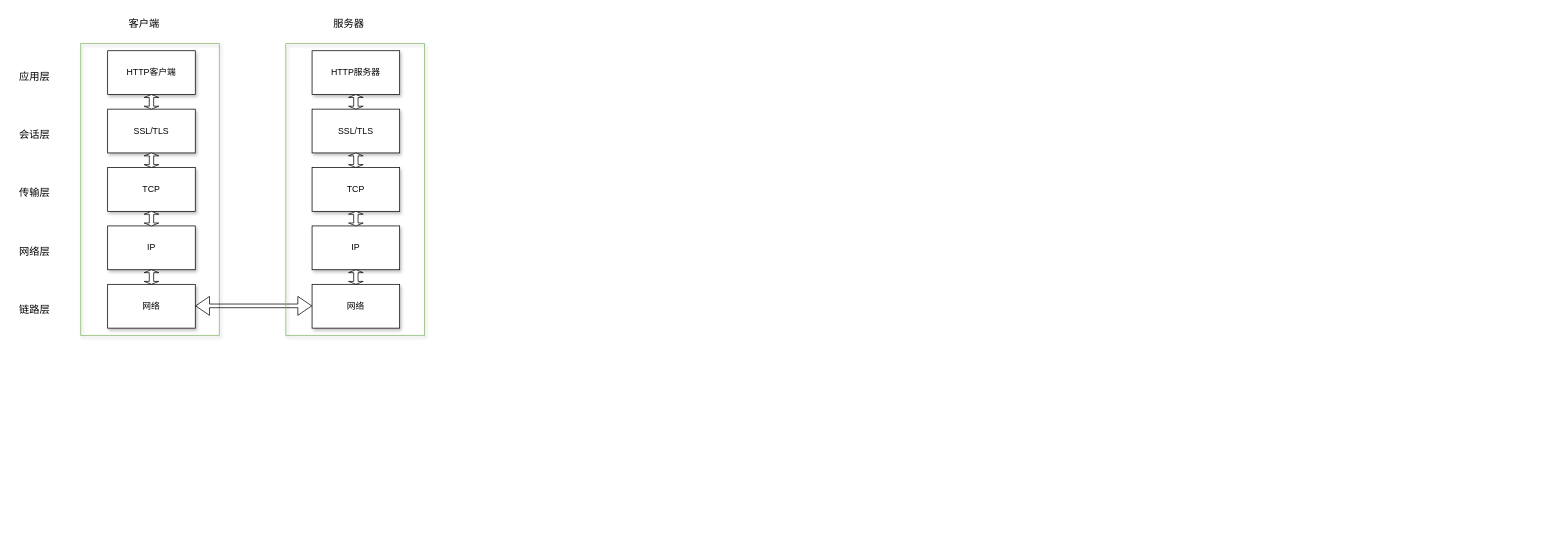
github-linux/iodraw keeps this draw.io diagram as page "https" (2 of 2) of http协议.drawio. Above is the earlier version. Source tidied: cells renumbered, new cells numbered last; positions are measured from the earlier drawing's top-left corner, leaving out a move shared by most shapes. Both pictures are drawn from the tidied source at 73%, with x=0, y=0 at pixel (12, 12).
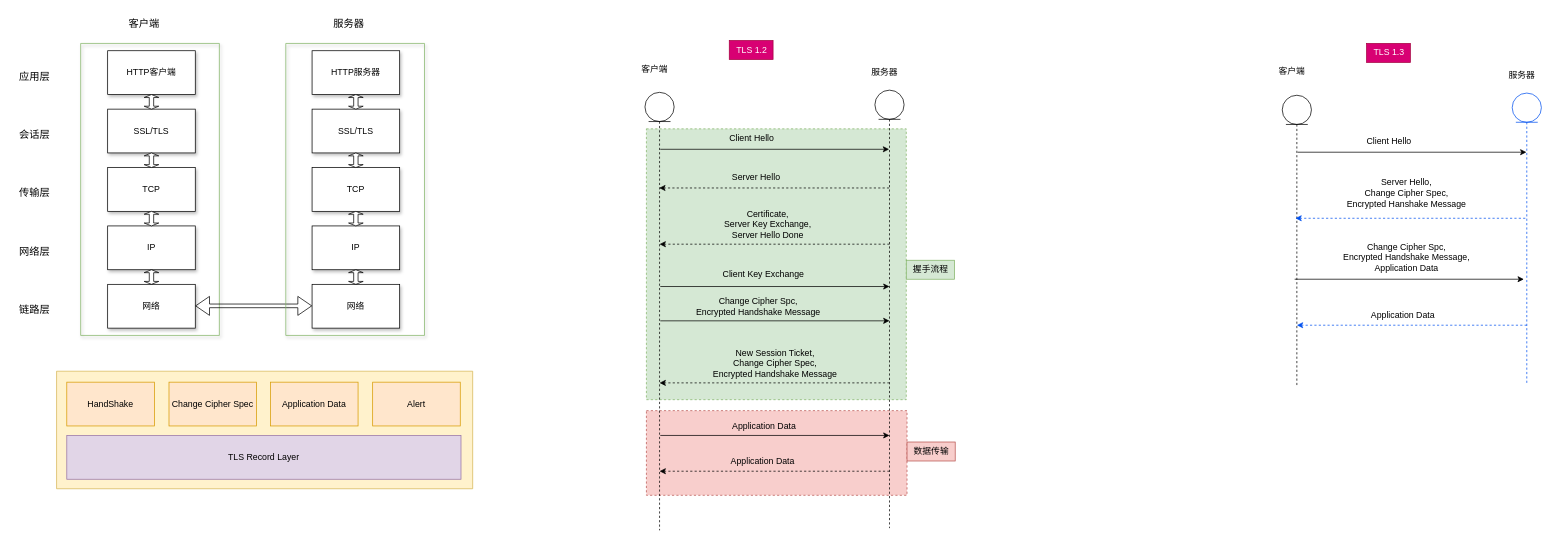
The same page after the edit.

Commit message:
增加tls1.2和tls1.3握手流程

Diff of the diagram source:
```diff
@@
+    <mxCell id="30" style="verticalLabelPosition=bottom;verticalAlign=top;html=1;shape=mxgraph.basic.rect;fillColor2=none;strokeWidth=1;size=20;indent=5;fillColor=#fff2cc;strokeColor=#d6b656;" parent="1" vertex="1">
+      <mxGeometry x="60" y="491" width="570" height="161" as="geometry" />
+    </mxCell>
+    <mxCell id="31" style="verticalLabelPosition=bottom;verticalAlign=top;html=1;shape=mxgraph.basic.rect;fillColor2=none;strokeWidth=1;size=20;indent=5;dashed=1;fillColor=#d5e8d4;strokeColor=#82b366;shadow=0;gradientColor=none;" parent="1" vertex="1">
+      <mxGeometry x="868" y="159" width="356" height="371" as="geometry" />
+    </mxCell>
+    <mxCell id="32" style="verticalLabelPosition=bottom;verticalAlign=top;html=1;shape=mxgraph.basic.rect;fillColor2=none;strokeWidth=1;size=20;indent=5;dashed=1;fillColor=#f8cecc;strokeColor=#b85450;" parent="1" vertex="1">
+      <mxGeometry x="868" y="545" width="357" height="116" as="geometry" />
+    </mxCell>
@@
+    <mxCell id="33" style="shape=umlLifeline;perimeter=lifelinePerimeter;whiteSpace=wrap;html=1;outlineConnect=0;portConstraint=eastwest;newEdgeStyle={&quot;curved&quot;:0,&quot;rounded&quot;:0};participant=umlEntity;" parent="1" vertex="1">
+      <mxGeometry x="866" y="109" width="40" height="600" as="geometry" />
+    </mxCell>
+    <mxCell id="34" style="shape=umlLifeline;perimeter=lifelinePerimeter;whiteSpace=wrap;html=1;outlineConnect=0;portConstraint=eastwest;newEdgeStyle={&quot;curved&quot;:0,&quot;rounded&quot;:0};participant=umlEntity;" parent="1" vertex="1">
+      <mxGeometry x="1181" y="106" width="40" height="600" as="geometry" />
+    </mxCell>
+    <mxCell id="35" value="客户端" style="text;html=1;align=center;verticalAlign=middle;strokeColor=none;fillColor=none;" parent="1" vertex="1">
+      <mxGeometry x="852" y="64" width="54" height="26" as="geometry" />
+    </mxCell>
+    <mxCell id="36" value="服务器" style="text;html=1;align=center;verticalAlign=middle;strokeColor=none;fillColor=none;" parent="1" vertex="1">
+      <mxGeometry x="1167" y="69" width="54" height="26" as="geometry" />
+    </mxCell>
+    <mxCell id="37" style="endArrow=classic;html=1;rounded=0;" parent="1" edge="1" target="34">
+      <mxGeometry relative="1" as="geometry">
+        <mxPoint x="887" y="187" as="sourcePoint" />
+      </mxGeometry>
+    </mxCell>
+    <mxCell id="38" value="Client Hello" style="text;html=1;align=center;verticalAlign=middle;strokeColor=none;fillColor=none;" parent="1" vertex="1">
+      <mxGeometry x="972" y="159" width="79" height="26" as="geometry" />
+    </mxCell>
+    <mxCell id="39" style="endArrow=classic;html=1;rounded=0;dashed=1;" parent="1" edge="1" source="34" target="33">
+      <mxGeometry relative="1" as="geometry">
+        <Array as="points">
+          <mxPoint x="1055" y="240" />
+        </Array>
+      </mxGeometry>
+    </mxCell>
+    <mxCell id="40" value="Server Hello" style="text;html=1;align=center;verticalAlign=middle;strokeColor=none;fillColor=none;" parent="1" vertex="1">
+      <mxGeometry x="976" y="212" width="84" height="26" as="geometry" />
+    </mxCell>
+    <mxCell id="41" style="endArrow=classic;html=1;rounded=0;dashed=1;" parent="1" edge="1">
+      <mxGeometry relative="1" as="geometry">
+        <mxPoint x="1201" y="317" as="sourcePoint" />
+        <mxPoint x="886" y="317" as="targetPoint" />
+        <Array as="points">
+          <mxPoint x="1055" y="317" />
+        </Array>
+      </mxGeometry>
+    </mxCell>
+    <mxCell id="42" value="&lt;span&gt;Certificate,&lt;/span&gt;&lt;div&gt;Server Key Exchange,&lt;/div&gt;&lt;div&gt;Server Hello Done&lt;/div&gt;" style="text;html=1;align=center;verticalAlign=middle;strokeColor=none;fillColor=none;" parent="1" vertex="1">
+      <mxGeometry x="965" y="262" width="137" height="55" as="geometry" />
+    </mxCell>
+    <mxCell id="43" style="endArrow=classic;html=1;rounded=0;" parent="1" edge="1">
+      <mxGeometry relative="1" as="geometry">
+        <mxPoint x="887" y="375" as="sourcePoint" />
+        <mxPoint x="1201" y="375" as="targetPoint" />
+      </mxGeometry>
+    </mxCell>
+    <mxCell id="44" value="Client Key Exchange" style="text;html=1;align=center;verticalAlign=middle;strokeColor=none;fillColor=none;" parent="1" vertex="1">
+      <mxGeometry x="963" y="346" width="129" height="26" as="geometry" />
+    </mxCell>
+    <mxCell id="45" style="endArrow=classic;html=1;rounded=0;" parent="1" edge="1">
+      <mxGeometry relative="1" as="geometry">
+        <mxPoint x="887" y="422" as="sourcePoint" />
+        <mxPoint x="1201" y="422" as="targetPoint" />
+      </mxGeometry>
+    </mxCell>
+    <mxCell id="46" value="Change Cipher Spc,&lt;div&gt;Encrypted Handshake Message&lt;/div&gt;" style="text;html=1;align=center;verticalAlign=middle;strokeColor=none;fillColor=none;" parent="1" vertex="1">
+      <mxGeometry x="927" y="382" width="188" height="41" as="geometry" />
+    </mxCell>
+    <mxCell id="47" style="endArrow=classic;html=1;rounded=0;dashed=1;" parent="1" edge="1">
+      <mxGeometry relative="1" as="geometry">
+        <mxPoint x="1201" y="507" as="sourcePoint" />
+        <mxPoint x="886" y="507" as="targetPoint" />
+        <Array as="points">
+          <mxPoint x="1055" y="507" />
+        </Array>
+      </mxGeometry>
+    </mxCell>
+    <mxCell id="48" value="握手流程" style="text;html=1;align=center;verticalAlign=middle;strokeColor=#82b366;fillColor=#d5e8d4;" parent="1" vertex="1">
+      <mxGeometry x="1224" y="339" width="66" height="26" as="geometry" />
+    </mxCell>
+    <mxCell id="49" style="endArrow=classic;html=1;rounded=0;" parent="1" edge="1">
+      <mxGeometry relative="1" as="geometry">
+        <mxPoint x="887" y="579" as="sourcePoint" />
+        <mxPoint x="1201" y="579" as="targetPoint" />
+      </mxGeometry>
+    </mxCell>
+    <mxCell id="50" style="endArrow=classic;html=1;rounded=0;dashed=1;" parent="1" edge="1">
+      <mxGeometry relative="1" as="geometry">
+        <mxPoint x="1201" y="628" as="sourcePoint" />
+        <mxPoint x="886" y="628" as="targetPoint" />
+        <Array as="points">
+          <mxPoint x="1055" y="628" />
+        </Array>
+      </mxGeometry>
+    </mxCell>
+    <mxCell id="51" value="Application Data" style="text;html=1;align=center;verticalAlign=middle;strokeColor=none;fillColor=none;" parent="1" vertex="1">
+      <mxGeometry x="976" y="553" width="105" height="26" as="geometry" />
+    </mxCell>
+    <mxCell id="52" value="Application Data" style="text;html=1;align=center;verticalAlign=middle;strokeColor=none;fillColor=none;" parent="1" vertex="1">
+      <mxGeometry x="974" y="602" width="105" height="26" as="geometry" />
+    </mxCell>
+    <mxCell id="53" value="数据传输" style="text;html=1;align=center;verticalAlign=middle;strokeColor=#b85450;fillColor=#f8cecc;" parent="1" vertex="1">
+      <mxGeometry x="1225" y="588" width="66" height="26" as="geometry" />
+    </mxCell>
+    <mxCell id="54" value="New Session Ticket,&lt;div&gt;Change Cipher Spec,&lt;/div&gt;&lt;div&gt;Encrypted Handshake Message&lt;/div&gt;" style="text;html=1;align=center;verticalAlign=middle;strokeColor=none;fillColor=none;" parent="1" vertex="1">
+      <mxGeometry x="950" y="453" width="188" height="55" as="geometry" />
+    </mxCell>
+    <mxCell id="55" value="HandShake" style="rounded=0;whiteSpace=wrap;html=1;fillColor=#ffe6cc;strokeColor=#d79b00;" parent="1" vertex="1">
+      <mxGeometry x="74" y="506" width="120" height="60" as="geometry" />
+    </mxCell>
+    <mxCell id="56" value="Change Cipher Spec" style="rounded=0;whiteSpace=wrap;html=1;fillColor=#ffe6cc;strokeColor=#d79b00;" parent="1" vertex="1">
+      <mxGeometry x="214" y="506" width="120" height="60" as="geometry" />
+    </mxCell>
+    <mxCell id="57" value="Application Data" style="rounded=0;whiteSpace=wrap;html=1;fillColor=#ffe6cc;strokeColor=#d79b00;" parent="1" vertex="1">
+      <mxGeometry x="353" y="506" width="120" height="60" as="geometry" />
+    </mxCell>
+    <mxCell id="58" value="Alert" style="rounded=0;whiteSpace=wrap;html=1;fillColor=#ffe6cc;strokeColor=#d79b00;" parent="1" vertex="1">
+      <mxGeometry x="493" y="506" width="120" height="60" as="geometry" />
+    </mxCell>
+    <mxCell id="59" value="TLS Record Layer" style="rounded=0;whiteSpace=wrap;html=1;fillColor=#e1d5e7;strokeColor=#9673a6;" parent="1" vertex="1">
+      <mxGeometry x="74" y="579" width="540" height="60" as="geometry" />
+    </mxCell>
+    <mxCell id="60" value="TLS 1.2" style="text;html=1;align=center;verticalAlign=middle;strokeColor=#A50040;fillColor=#d80073;fontColor=#ffffff;" parent="1" vertex="1">
+      <mxGeometry x="981.5" y="38" width="60" height="26" as="geometry" />
+    </mxCell>
+    <mxCell id="61" style="shape=umlLifeline;perimeter=lifelinePerimeter;whiteSpace=wrap;html=1;newEdgeStyle={&quot;curved&quot;:0,&quot;rounded&quot;:0};participant=umlEntity;" parent="1" vertex="1">
+      <mxGeometry x="1739" y="113" width="40" height="400" as="geometry" />
+    </mxCell>
+    <mxCell id="62" style="shape=umlLifeline;perimeter=lifelinePerimeter;whiteSpace=wrap;html=1;outlineConnect=0;portConstraint=eastwest;newEdgeStyle={&quot;curved&quot;:0,&quot;rounded&quot;:0};participant=umlEntity;strokeColor=light-dark(#0050EF,#66B2FF);" parent="1" vertex="1">
+      <mxGeometry x="2054" y="110" width="40" height="400" as="geometry" />
+    </mxCell>
+    <mxCell id="63" value="客户端" style="text;html=1;align=center;verticalAlign=middle;strokeColor=none;fillColor=none;" parent="1" vertex="1">
+      <mxGeometry x="1725" y="68" width="54" height="26" as="geometry" />
+    </mxCell>
+    <mxCell id="64" value="服务器" style="text;html=1;align=center;verticalAlign=middle;strokeColor=none;fillColor=none;" parent="1" vertex="1">
+      <mxGeometry x="2040" y="73" width="54" height="26" as="geometry" />
+    </mxCell>
+    <mxCell id="65" style="endArrow=classic;html=1;rounded=0;" parent="1" edge="1" target="62">
+      <mxGeometry relative="1" as="geometry">
+        <mxPoint x="1760" y="191" as="sourcePoint" />
+      </mxGeometry>
+    </mxCell>
+    <mxCell id="66" value="Client Hello" style="text;html=1;align=center;verticalAlign=middle;strokeColor=none;fillColor=none;" parent="1" vertex="1">
+      <mxGeometry x="1845" y="163" width="79" height="26" as="geometry" />
+    </mxCell>
+    <mxCell id="67" style="endArrow=classic;html=1;rounded=0;dashed=1;strokeColor=light-dark(#0050EF,#66B2FF);" parent="1" edge="1">
+      <mxGeometry relative="1" as="geometry">
+        <mxPoint x="2072" y="281.5" as="sourcePoint" />
+        <mxPoint x="1757" y="281.5" as="targetPoint" />
+        <Array as="points">
+          <mxPoint x="1926" y="281.5" />
+        </Array>
+      </mxGeometry>
+    </mxCell>
+    <mxCell id="68" value="Server Hello,&lt;div&gt;Change Cipher Spec,&lt;/div&gt;&lt;div&gt;Encrypted Hanshake Message&lt;/div&gt;" style="text;html=1;align=center;verticalAlign=middle;strokeColor=none;fillColor=none;" parent="1" vertex="1">
+      <mxGeometry x="1818" y="219.5" width="181" height="55" as="geometry" />
+    </mxCell>
+    <mxCell id="69" style="endArrow=classic;html=1;rounded=0;" parent="1" edge="1">
+      <mxGeometry relative="1" as="geometry">
+        <mxPoint x="1756" y="365" as="sourcePoint" />
+        <mxPoint x="2070" y="365" as="targetPoint" />
+      </mxGeometry>
+    </mxCell>
+    <mxCell id="70" value="Change Cipher Spc,&lt;div&gt;Encrypted Handshake Message,&lt;/div&gt;&lt;div&gt;Application Data&lt;/div&gt;" style="text;html=1;align=center;verticalAlign=middle;strokeColor=none;fillColor=none;" parent="1" vertex="1">
+      <mxGeometry x="1813" y="307" width="191" height="55" as="geometry" />
+    </mxCell>
+    <mxCell id="71" style="endArrow=classic;html=1;rounded=0;dashed=1;strokeColor=light-dark(#0050EF,#66B2FF);" parent="1" edge="1">
+      <mxGeometry relative="1" as="geometry">
+        <mxPoint x="2074" y="428" as="sourcePoint" />
+        <mxPoint x="1759" y="428" as="targetPoint" />
+        <Array as="points">
+          <mxPoint x="1928" y="428" />
+        </Array>
+      </mxGeometry>
+    </mxCell>
+    <mxCell id="72" value="Application Data" style="text;html=1;align=center;verticalAlign=middle;strokeColor=none;fillColor=none;" parent="1" vertex="1">
+      <mxGeometry x="1851" y="402" width="105" height="26" as="geometry" />
+    </mxCell>
+    <mxCell id="73" value="TLS 1.3" style="text;html=1;align=center;verticalAlign=middle;strokeColor=#A50040;fillColor=#d80073;fontColor=#ffffff;" parent="1" vertex="1">
+      <mxGeometry x="1854.5" y="42" width="60" height="26" as="geometry" />
+    </mxCell>
```
